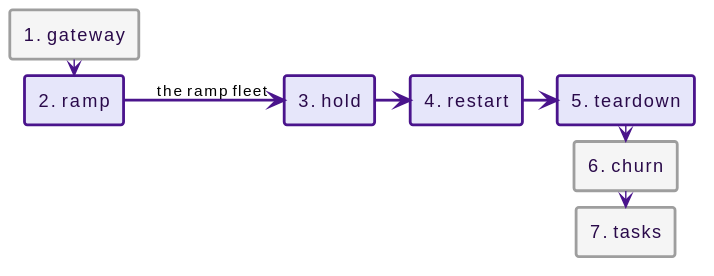
This is docs/src/diagrams/perf-phase-order.svg from win07xp/kaalm, a PlantUML export, as it was before one commit.
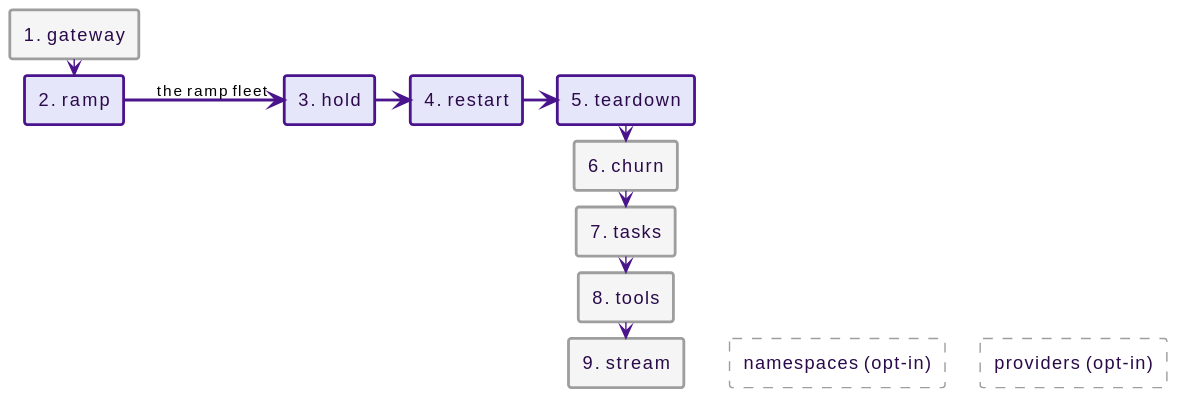
The same file after the commit.

Commit message:
docs(perf): describe the tool, stream, namespaces, and providers phases

Change to the diagram source:
```diff
@@ -13,10 +13,18 @@
 rectangle "5. teardown" as P5 #back:E6E6FA;line:4A148C;line.bold;text:2a0a4a
 rectangle "6. churn" as P6 #back:F5F5F5;line:9E9E9E;line.bold;text:2a0a4a
 rectangle "7. tasks" as P7 #back:F5F5F5;line:9E9E9E;line.bold;text:2a0a4a
+rectangle "8. tools" as P8 #back:F5F5F5;line:9E9E9E;line.bold;text:2a0a4a
+rectangle "9. stream" as P9 #back:F5F5F5;line:9E9E9E;line.bold;text:2a0a4a
+rectangle "namespaces (opt-in)" as O1 #back:FFFFFF;line:9E9E9E;line.dashed;text:2a0a4a
+rectangle "providers (opt-in)" as O2 #back:FFFFFF;line:9E9E9E;line.dashed;text:2a0a4a
 P1 -> P2
 P2 -[#4A148C,bold]-> P3 : the ramp fleet
 P3 -[#4A148C,bold]-> P4
 P4 -[#4A148C,bold]-> P5
 P5 -> P6
 P6 -> P7
+P7 -> P8
+P8 -> P9
+P9 -[hidden]-> O1
+O1 -[hidden]-> O2
 @enduml
```
